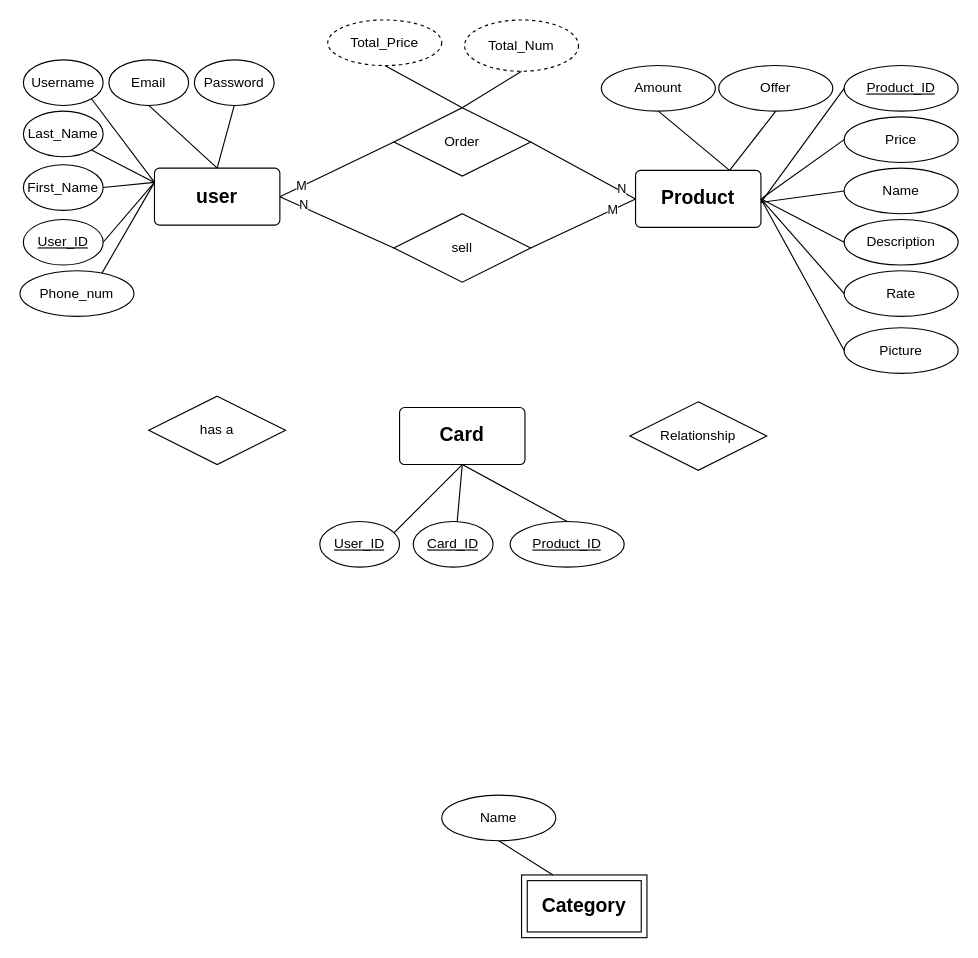
Before: digrams/ERD-Digram.drawio in khaledkaram510/SWE-project, a draw.io diagram. Source tidied: cells renumbered, new cells numbered last; positions are measured from the earlier drawing's top-left corner, leaving out a move shared by most shapes. Both pictures are drawn from the tidied source at 114%, with x=0, y=0 at pixel (19, 19).
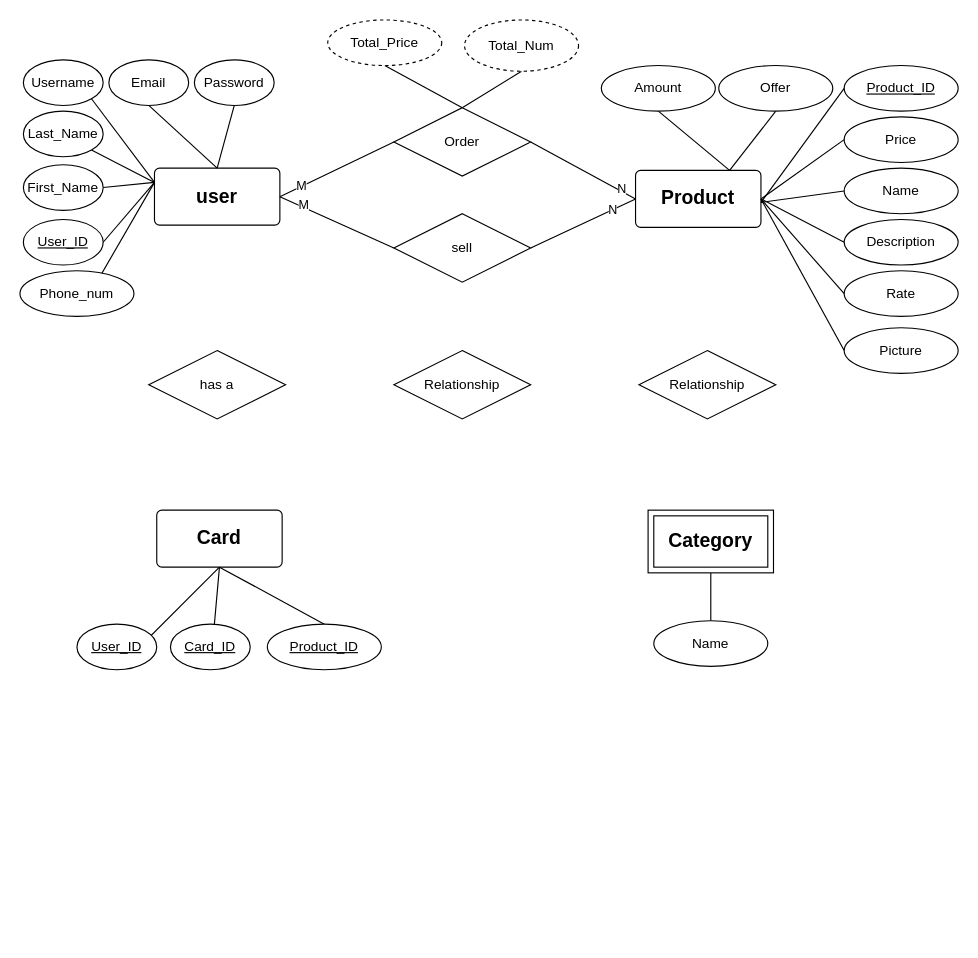
After the change.

The change refers to these unchanged cells:
```xml
<mxCell id="46" style="edgeStyle=none;rounded=0;jettySize=auto;html=1;entryX=0;entryY=0.5;entryDx=0;entryDy=0;endArrow=none;endFill=0;exitX=1;exitY=0.5;exitDx=0;exitDy=0;" parent="1" edge="1" source="53" target="18">
  <mxGeometry relative="1" as="geometry" />
</mxCell>
<mxCell id="48" style="edgeStyle=none;rounded=0;jettySize=auto;html=1;entryX=1;entryY=0.5;entryDx=0;entryDy=0;endArrow=none;endFill=0;exitX=0;exitY=0.5;exitDx=0;exitDy=0;" parent="1" edge="1" source="53" target="3">
  <mxGeometry relative="1" as="geometry" />
</mxCell>
```

The edit, as a diff of the source:
```diff
@@
     <mxCell id="19" value="&lt;div&gt;&lt;font style=&quot;font-size: 17px;&quot;&gt;&lt;b&gt;Card&lt;/b&gt;&lt;/font&gt;&lt;/div&gt;" style="rounded=1;arcSize=9;whiteSpace=wrap;html=1;align=center;" parent="1" vertex="1">
-      <mxGeometry x="333" y="340" width="110" height="50" as="geometry" />
+      <mxGeometry x="120" y="430" width="110" height="50" as="geometry" />
     </mxCell>
@@
     <mxCell id="21" value="&lt;div&gt;&lt;u&gt;User_ID&lt;/u&gt;&lt;/div&gt;" style="ellipse;whiteSpace=wrap;html=1;align=center;" parent="1" vertex="1">
-      <mxGeometry x="263" y="440" width="70" height="40" as="geometry" />
+      <mxGeometry x="50" y="530" width="70" height="40" as="geometry" />
     </mxCell>
@@
     <mxCell id="23" value="&lt;div&gt;&lt;u&gt;Card_ID&lt;/u&gt;&lt;/div&gt;" style="ellipse;whiteSpace=wrap;html=1;align=center;" parent="1" vertex="1">
-      <mxGeometry x="345" y="440" width="70" height="40" as="geometry" />
+      <mxGeometry x="132" y="530" width="70" height="40" as="geometry" />
     </mxCell>
@@
     <mxCell id="25" value="&lt;div&gt;&lt;u&gt;Product_ID&lt;/u&gt;&lt;/div&gt;" style="ellipse;whiteSpace=wrap;html=1;align=center;" parent="1" vertex="1">
-      <mxGeometry x="430" y="440" width="100" height="40" as="geometry" />
+      <mxGeometry x="217" y="530" width="100" height="40" as="geometry" />
     </mxCell>
+    <mxCell id="60" style="rounded=0;jettySize=auto;html=1;endArrow=none;endFill=0;" parent="1" edge="1" source="26" target="41">
+      <mxGeometry relative="1" as="geometry" />
+    </mxCell>
     <mxCell id="26" value="&lt;font style=&quot;font-size: 17px;&quot;&gt;&lt;b&gt;Category&lt;/b&gt;&lt;/font&gt;" style="shape=ext;margin=3;double=1;whiteSpace=wrap;html=1;align=center;" parent="1" vertex="1">
-      <mxGeometry x="440" y="750" width="110" height="55" as="geometry" />
+      <mxGeometry x="551" y="430" width="110" height="55" as="geometry" />
     </mxCell>
@@
-    <mxCell id="40" style="rounded=0;jettySize=auto;html=1;exitX=0.5;exitY=1;exitDx=0;exitDy=0;entryX=0.25;entryY=0;entryDx=0;entryDy=0;endArrow=none;endFill=0;" parent="1" edge="1" source="41" target="26">
-      <mxGeometry relative="1" as="geometry" />
-    </mxCell>
     <mxCell id="41" value="Name" style="ellipse;whiteSpace=wrap;html=1;align=center;" parent="1" vertex="1">
-      <mxGeometry x="370" y="680" width="100" height="40" as="geometry" />
+      <mxGeometry x="556" y="527" width="100" height="40" as="geometry" />
     </mxCell>
@@
-    <mxCell id="47" value="M" style="edgeLabel;html=1;align=center;verticalAlign=middle;" parent="46" vertex="1">
+    <mxCell id="47" value="N" style="edgeLabel;html=1;align=center;verticalAlign=middle;" parent="46" vertex="1">
       <mxGeometry x="0.56" relative="1" as="geometry" />
     </mxCell>
@@
-    <mxCell id="49" value="N" style="edgeLabel;html=1;align=center;verticalAlign=middle;" parent="48" vertex="1">
+    <mxCell id="49" value="M" style="edgeLabel;html=1;align=center;verticalAlign=middle;" parent="48" vertex="1">
       <mxGeometry x="0.61" y="-3" relative="1" as="geometry" />
     </mxCell>
@@
     <mxCell id="58" value="has a" style="shape=rhombus;perimeter=rhombusPerimeter;whiteSpace=wrap;html=1;align=center;" parent="1" vertex="1">
-      <mxGeometry x="113" y="330" width="120" height="60" as="geometry" />
+      <mxGeometry x="113" y="290" width="120" height="60" as="geometry" />
     </mxCell>
     <mxCell id="59" value="Relationship" style="shape=rhombus;perimeter=rhombusPerimeter;whiteSpace=wrap;html=1;align=center;" parent="1" vertex="1">
-      <mxGeometry x="535" y="335" width="120" height="60" as="geometry" />
+      <mxGeometry x="328" y="290" width="120" height="60" as="geometry" />
     </mxCell>
+    <mxCell id="61" value="Relationship" style="shape=rhombus;perimeter=rhombusPerimeter;whiteSpace=wrap;html=1;align=center;" parent="1" vertex="1">
+      <mxGeometry x="543" y="290" width="120" height="60" as="geometry" />
+    </mxCell>
```
